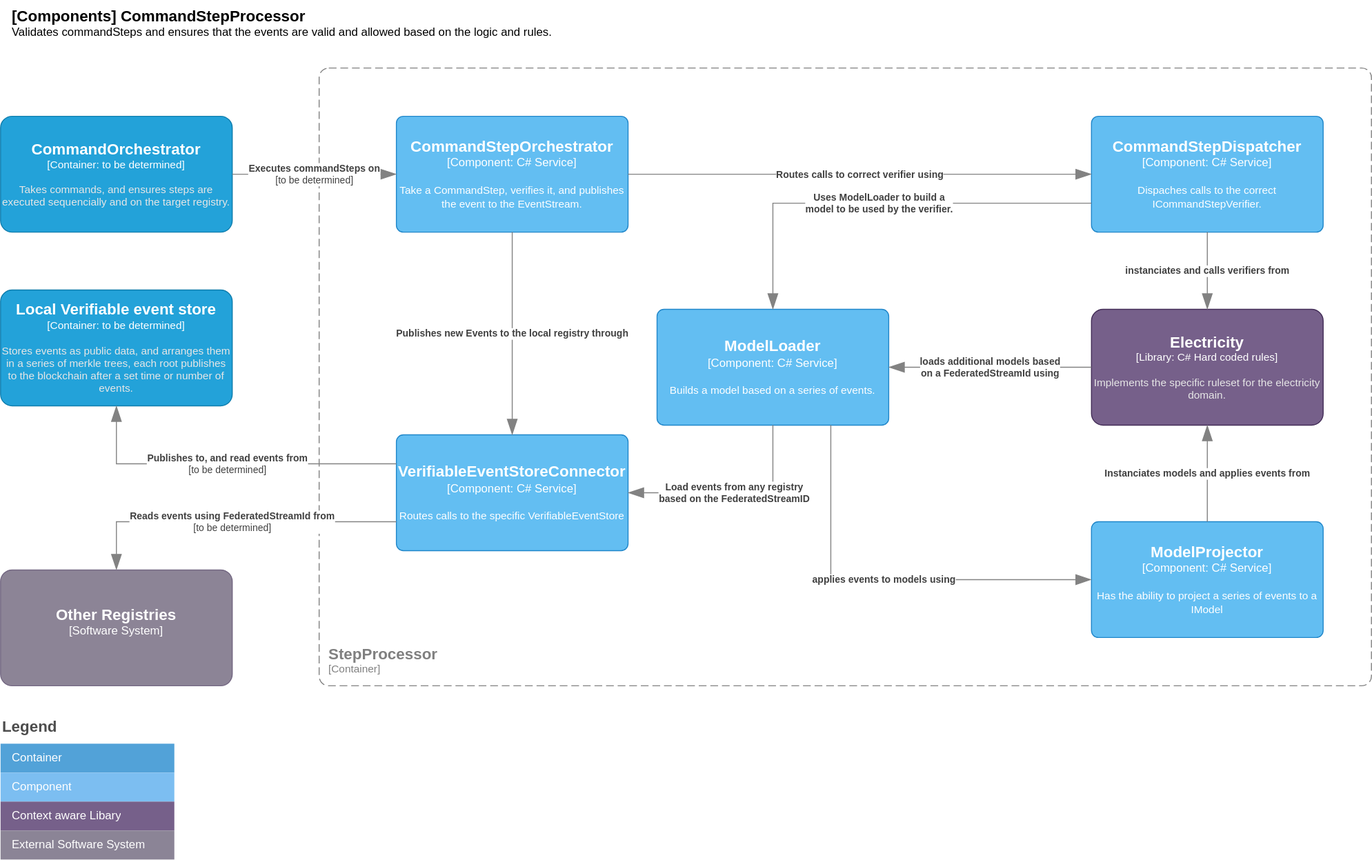
The draw.io diagram doc/architecture/step_processor/component.drawio.svg in project-origin/registry, before a commit. Source tidied: cells renumbered, new cells last; positions are measured from the earlier drawing's top-left corner, leaving out a move shared by most shapes.
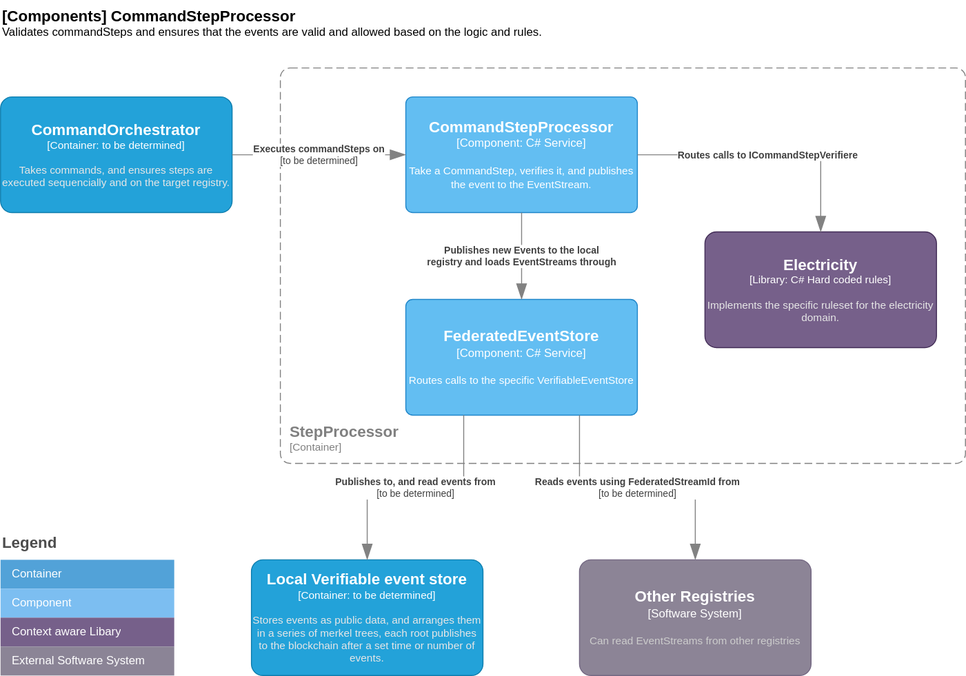
After the change.

Change to the diagram source:
```diff
@@ -6,3 +6,3 @@
       <mxCell style="rounded=1;fontSize=11;whiteSpace=wrap;html=1;dashed=1;arcSize=20;fillColor=none;strokeColor=#808080;fontColor=#808080;labelBackgroundColor=none;align=left;verticalAlign=bottom;labelBorderColor=none;spacingTop=0;spacing=10;dashPattern=8 4;perimeter=rectanglePerimeter;labelPadding=0;absoluteArcSize=1;" parent="1" vertex="1">
-        <mxGeometry x="330" y="70" width="1090" height="640" as="geometry" />
+        <mxGeometry x="280" y="90" width="710" height="410" as="geometry" />
       </mxCell>
@@ -11,16 +11,6 @@
       <mxCell style="rounded=1;whiteSpace=wrap;html=1;fontSize=11;labelBackgroundColor=none;fillColor=#23A2D9;fontColor=#ffffff;align=center;arcSize=10;strokeColor=#0E7DAD;points=[[0.25,0,0],[0.5,0,0],[0.75,0,0],[1,0.25,0],[1,0.5,0],[1,0.75,0],[0.75,1,0],[0.5,1,0],[0.25,1,0],[0,0.75,0],[0,0.5,0],[0,0.25,0]];" parent="1" vertex="1">
-        <mxGeometry y="300" width="240" height="120" as="geometry" />
+        <mxGeometry x="250" y="600" width="240" height="120" as="geometry" />
       </mxCell>
     </object>
-    <object id="4" label="&lt;font style=&quot;font-size: 16px&quot;&gt;&lt;b&gt;%c4Name%&lt;/b&gt;&lt;/font&gt;&lt;div&gt;[%c4Type%: %c4Technology%]&lt;/div&gt;&lt;br&gt;&lt;div&gt;&lt;font style=&quot;font-size: 11px&quot;&gt;%c4Description%&lt;/font&gt;&lt;/div&gt;" c4Description="Dispaches calls to the correct ICommandStepVerifier." c4Name="CommandStepDispatcher" c4Technology="C# Service" c4Type="Component" placeholders="1">
-      <mxCell style="rounded=1;whiteSpace=wrap;html=1;labelBackgroundColor=none;fillColor=#63BEF2;fontColor=#ffffff;align=center;arcSize=6;strokeColor=#2086C9;points=[[0.25,0,0],[0.5,0,0],[0.75,0,0],[1,0.25,0],[1,0.5,0],[1,0.75,0],[0.75,1,0],[0.5,1,0],[0.25,1,0],[0,0.75,0],[0,0.5,0],[0,0.25,0]];" parent="1" vertex="1">
-        <mxGeometry x="1130" y="120" width="240" height="120" as="geometry" />
-      </mxCell>
-    </object>
-    <object id="5" label="&lt;font style=&quot;font-size: 16px&quot;&gt;&lt;b&gt;%c4Name%&lt;/b&gt;&lt;/font&gt;&lt;div&gt;[%c4Type%: %c4Technology%]&lt;/div&gt;&lt;br&gt;&lt;div&gt;&lt;font style=&quot;font-size: 11px&quot;&gt;%c4Description%&lt;/font&gt;&lt;/div&gt;" c4Description="Builds a model based on a series of events." c4Name="ModelLoader" c4Technology="C# Service" c4Type="Component" placeholders="1">
-      <mxCell style="rounded=1;whiteSpace=wrap;html=1;labelBackgroundColor=none;fillColor=#63BEF2;fontColor=#ffffff;align=center;arcSize=6;strokeColor=#2086C9;points=[[0.25,0,0],[0.5,0,0],[0.75,0,0],[1,0.25,0],[1,0.5,0],[1,0.75,0],[0.75,1,0],[0.5,1,0],[0.25,1,0],[0,0.75,0],[0,0.5,0],[0,0.25,0]];" parent="1" vertex="1">
-        <mxGeometry x="680" y="320" width="240" height="120" as="geometry" />
-      </mxCell>
-    </object>
-    <object id="6" label="&lt;font style=&quot;font-size: 16px&quot;&gt;&lt;b&gt;%c4Name%&lt;/b&gt;&lt;/font&gt;&lt;div&gt;[%c4Type%: %c4Technology%]&lt;/div&gt;&lt;br&gt;&lt;div&gt;&lt;font style=&quot;font-size: 11px&quot;&gt;%c4Description%&lt;/font&gt;&lt;/div&gt;" c4Description="Take a CommandStep, verifies it, and publishes the event to the EventStream." c4Name="CommandStepOrchestrator" c4Technology="C# Service" c4Type="Component" placeholders="1">
+    <object id="6" label="&lt;font style=&quot;font-size: 16px&quot;&gt;&lt;b&gt;%c4Name%&lt;/b&gt;&lt;/font&gt;&lt;div&gt;[%c4Type%: %c4Technology%]&lt;/div&gt;&lt;br&gt;&lt;div&gt;&lt;font style=&quot;font-size: 11px&quot;&gt;%c4Description%&lt;/font&gt;&lt;/div&gt;" c4Description="Take a CommandStep, verifies it, and publishes the event to the EventStream." c4Name="CommandStepProcessor" c4Technology="C# Service" c4Type="Component" placeholders="1">
       <mxCell style="rounded=1;whiteSpace=wrap;html=1;labelBackgroundColor=none;fillColor=#63BEF2;fontColor=#ffffff;align=center;arcSize=6;strokeColor=#2086C9;points=[[0.25,0,0],[0.5,0,0],[0.75,0,0],[1,0.25,0],[1,0.5,0],[1,0.75,0],[0.75,1,0],[0.5,1,0],[0.25,1,0],[0,0.75,0],[0,0.5,0],[0,0.25,0]];" parent="1" vertex="1">
@@ -31,13 +21,8 @@
       <mxCell style="text;html=1;strokeColor=none;fillColor=none;align=left;verticalAlign=top;whiteSpace=wrap;rounded=0;" parent="1" vertex="1">
-        <mxGeometry x="10" width="640" height="50" as="geometry" />
+        <mxGeometry x="-10" y="20" width="640" height="50" as="geometry" />
       </mxCell>
     </object>
-    <object id="8" label="&lt;font style=&quot;font-size: 16px&quot;&gt;&lt;b&gt;%c4Name%&lt;/b&gt;&lt;/font&gt;&lt;div&gt;[%c4Type%: %c4Technology%]&lt;/div&gt;&lt;br&gt;&lt;div&gt;&lt;font style=&quot;font-size: 11px&quot;&gt;%c4Description%&lt;/font&gt;&lt;/div&gt;" c4Description="Has the ability to project a series of events to a IModel" c4Name="ModelProjector" c4Technology="C# Service" c4Type="Component" placeholders="1">
-      <mxCell style="rounded=1;whiteSpace=wrap;html=1;labelBackgroundColor=none;fillColor=#63BEF2;fontColor=#ffffff;align=center;arcSize=6;strokeColor=#2086C9;points=[[0.25,0,0],[0.5,0,0],[0.75,0,0],[1,0.25,0],[1,0.5,0],[1,0.75,0],[0.75,1,0],[0.5,1,0],[0.25,1,0],[0,0.75,0],[0,0.5,0],[0,0.25,0]];" parent="1" vertex="1">
-        <mxGeometry x="1130" y="540" width="240" height="120" as="geometry" />
-      </mxCell>
-    </object>
     <object id="9" label="&lt;font style=&quot;font-size: 16px&quot;&gt;&lt;b&gt;%c4Name%&lt;/b&gt;&lt;/font&gt;&lt;div&gt;[%c4Type%: %c4Technology%]&lt;/div&gt;&lt;br&gt;&lt;div&gt;&lt;font style=&quot;font-size: 11px&quot;&gt;&lt;font color=&quot;#E6E6E6&quot;&gt;%c4Description%&lt;/font&gt;&lt;/div&gt;" c4Description="Implements the specific ruleset for the electricity domain." c4Name="Electricity" c4Technology="C# Hard coded rules" c4Type="Library" placeholders="1">
       <mxCell style="rounded=1;whiteSpace=wrap;html=1;fontSize=11;labelBackgroundColor=none;fillColor=#76608a;align=center;arcSize=10;strokeColor=#432D57;points=[[0.25,0,0],[0.5,0,0],[0.75,0,0],[1,0.25,0],[1,0.5,0],[1,0.75,0],[0.75,1,0],[0.5,1,0],[0.25,1,0],[0,0.75,0],[0,0.5,0],[0,0.25,0]];fontColor=#ffffff;" parent="1" vertex="1">
-        <mxGeometry x="1130" y="320" width="240" height="120" as="geometry" />
+        <mxGeometry x="720" y="260" width="240" height="120" as="geometry" />
       </mxCell>
@@ -46,3 +31,3 @@
       <mxCell style="rounded=1;whiteSpace=wrap;html=1;fontSize=11;labelBackgroundColor=none;fillColor=#23A2D9;fontColor=#ffffff;align=center;arcSize=10;strokeColor=#0E7DAD;points=[[0.25,0,0],[0.5,0,0],[0.75,0,0],[1,0.25,0],[1,0.5,0],[1,0.75,0],[0.75,1,0],[0.5,1,0],[0.25,1,0],[0,0.75,0],[0,0.5,0],[0,0.25,0]];" parent="1" vertex="1">
-        <mxGeometry y="120" width="240" height="120" as="geometry" />
+        <mxGeometry x="-10" y="120" width="240" height="120" as="geometry" />
       </mxCell>
@@ -50,6 +35,6 @@
     <mxCell id="11" value="Legend" style="align=left;fontSize=16;fontStyle=1;strokeColor=none;fillColor=none;fontColor=#4D4D4D;spacingTop=-8;" parent="1" vertex="1">
-      <mxGeometry y="740" width="180" height="30" as="geometry" />
+      <mxGeometry x="-10" y="570" width="180" height="30" as="geometry" />
     </mxCell>
     <mxCell id="12" style="shape=table;html=1;whiteSpace=wrap;startSize=0;fillColor=none;align=left;spacingLeft=10;strokeColor=none;rounded=1;arcSize=11;fontColor=#FFFFFF;" parent="1" vertex="1">
-      <mxGeometry y="770" width="180" height="120" as="geometry" />
+      <mxGeometry x="-10" y="600" width="180" height="120" as="geometry" />
     </mxCell>
@@ -67,10 +52,10 @@
     </mxCell>
-    <object id="17" label="&lt;font style=&quot;font-size: 16px&quot;&gt;&lt;b&gt;%c4Name%&lt;/b&gt;&lt;/font&gt;&lt;div&gt;[%c4Type%: %c4Technology%]&lt;/div&gt;&lt;br&gt;&lt;div&gt;&lt;font style=&quot;font-size: 11px&quot;&gt;%c4Description%&lt;/font&gt;&lt;/div&gt;" c4Description="Routes calls to the specific VerifiableEventStore" c4Name="VerifiableEventStoreConnector" c4Technology="C# Service" c4Type="Component" placeholders="1">
+    <object id="17" label="&lt;font style=&quot;font-size: 16px&quot;&gt;&lt;b&gt;%c4Name%&lt;/b&gt;&lt;/font&gt;&lt;div&gt;[%c4Type%: %c4Technology%]&lt;/div&gt;&lt;br&gt;&lt;div&gt;&lt;font style=&quot;font-size: 11px&quot;&gt;%c4Description%&lt;/font&gt;&lt;/div&gt;" c4Description="Routes calls to the specific VerifiableEventStore" c4Name="FederatedEventStore" c4Technology="C# Service" c4Type="Component" placeholders="1">
       <mxCell style="rounded=1;whiteSpace=wrap;html=1;labelBackgroundColor=none;fillColor=#63BEF2;fontColor=#ffffff;align=center;arcSize=6;strokeColor=#2086C9;points=[[0.25,0,0],[0.5,0,0],[0.75,0,0],[1,0.25,0],[1,0.5,0],[1,0.75,0],[0.75,1,0],[0.5,1,0],[0.25,1,0],[0,0.75,0],[0,0.5,0],[0,0.25,0]];" parent="1" vertex="1">
-        <mxGeometry x="410" y="450" width="240" height="120" as="geometry" />
+        <mxGeometry x="410" y="330" width="240" height="120" as="geometry" />
       </mxCell>
     </object>
-    <object id="18" label="&lt;font style=&quot;font-size: 16px&quot;&gt;&lt;b&gt;%c4Name%&lt;/b&gt;&lt;/font&gt;&lt;div&gt;[%c4Type%]&lt;/div&gt;&lt;br&gt;&lt;div&gt;&lt;font style=&quot;font-size: 11px&quot;&gt;&lt;font color=&quot;#cccccc&quot;&gt;%c4Description%&lt;/font&gt;&lt;/div&gt;" c4Description="" c4Name="Other Registries" c4Type="Software System" placeholders="1">
+    <object id="18" label="&lt;font style=&quot;font-size: 16px&quot;&gt;&lt;b&gt;%c4Name%&lt;/b&gt;&lt;/font&gt;&lt;div&gt;[%c4Type%]&lt;/div&gt;&lt;br&gt;&lt;div&gt;&lt;font style=&quot;font-size: 11px&quot;&gt;&lt;font color=&quot;#cccccc&quot;&gt;%c4Description%&lt;/font&gt;&lt;/div&gt;" c4Description="Can read EventStreams from other registries" c4Name="Other Registries" c4Type="Software System" placeholders="1">
       <mxCell style="rounded=1;whiteSpace=wrap;html=1;labelBackgroundColor=none;fillColor=#8C8496;fontColor=#ffffff;align=center;arcSize=10;strokeColor=#736782;points=[[0.25,0,0],[0.5,0,0],[0.75,0,0],[1,0.25,0],[1,0.5,0],[1,0.75,0],[0.75,1,0],[0.5,1,0],[0.25,1,0],[0,0.75,0],[0,0.5,0],[0,0.25,0]];" parent="1" vertex="1">
-        <mxGeometry y="590" width="240" height="120" as="geometry" />
+        <mxGeometry x="590" y="600" width="240" height="120" as="geometry" />
       </mxCell>
@@ -78,3 +63,3 @@
     <object id="19" label="&lt;div style=&quot;text-align: left&quot;&gt;&lt;div style=&quot;text-align: center&quot;&gt;&lt;b&gt;%c4Description%&lt;/b&gt;&lt;/div&gt;&lt;div style=&quot;text-align: center&quot;&gt;[%c4Technology%]&lt;/div&gt;&lt;/div&gt;" c4Description="Publishes to, and read events from" c4Technology="to be determined" c4Type="Relationship" placeholders="1">
-      <mxCell style="endArrow=blockThin;html=1;fontSize=10;fontColor=#404040;strokeWidth=1;endFill=1;strokeColor=#828282;elbow=vertical;endSize=14;startSize=14;jumpStyle=arc;jumpSize=16;rounded=0;edgeStyle=orthogonalEdgeStyle;entryX=0.5;entryY=1;entryDx=0;entryDy=0;entryPerimeter=0;exitX=0;exitY=0.25;exitDx=0;exitDy=0;exitPerimeter=0;" parent="1" edge="1" source="17" target="3">
+      <mxCell style="endArrow=blockThin;html=1;fontSize=10;fontColor=#404040;strokeWidth=1;endFill=1;strokeColor=#828282;elbow=vertical;endSize=14;startSize=14;jumpStyle=arc;jumpSize=16;rounded=0;edgeStyle=orthogonalEdgeStyle;exitX=0.25;exitY=1;exitDx=0;exitDy=0;exitPerimeter=0;" parent="1" edge="1" source="17" target="3">
         <mxGeometry relative="1" as="geometry" />
@@ -83,3 +68,3 @@
     <object id="20" label="&lt;div style=&quot;text-align: left&quot;&gt;&lt;div style=&quot;text-align: center&quot;&gt;&lt;b&gt;%c4Description%&lt;/b&gt;&lt;/div&gt;&lt;div style=&quot;text-align: center&quot;&gt;[%c4Technology%]&lt;/div&gt;&lt;/div&gt;" c4Description="Reads events using FederatedStreamId from" c4Technology="to be determined" c4Type="Relationship" placeholders="1">
-      <mxCell style="endArrow=blockThin;html=1;fontSize=10;fontColor=#404040;strokeWidth=1;endFill=1;strokeColor=#828282;elbow=vertical;endSize=14;startSize=14;jumpStyle=arc;jumpSize=16;rounded=0;edgeStyle=orthogonalEdgeStyle;entryX=0.5;entryY=0;entryDx=0;entryDy=0;entryPerimeter=0;exitX=0;exitY=0.75;exitDx=0;exitDy=0;exitPerimeter=0;" parent="1" edge="1" source="17" target="18">
+      <mxCell style="endArrow=blockThin;html=1;fontSize=10;fontColor=#404040;strokeWidth=1;endFill=1;strokeColor=#828282;elbow=vertical;endSize=14;startSize=14;jumpStyle=arc;jumpSize=16;rounded=0;edgeStyle=orthogonalEdgeStyle;exitX=0.75;exitY=1;exitDx=0;exitDy=0;exitPerimeter=0;" parent="1" edge="1" source="17" target="18">
         <mxGeometry relative="1" as="geometry" />
@@ -87,12 +72,9 @@
     </object>
-    <object id="21" label="&lt;div style=&quot;text-align: left&quot;&gt;&lt;div style=&quot;text-align: center&quot;&gt;&lt;b&gt;%c4Description%&lt;/b&gt;&lt;/div&gt;" c4Description="Publishes new Events to the local registry through" c4Type="Relationship" placeholders="1">
-      <mxCell style="endArrow=blockThin;html=1;fontSize=10;fontColor=#404040;strokeWidth=1;endFill=1;strokeColor=#828282;elbow=vertical;endSize=14;startSize=14;jumpStyle=arc;jumpSize=16;rounded=0;edgeStyle=orthogonalEdgeStyle;entryX=0.5;entryY=0;entryDx=0;entryDy=0;entryPerimeter=0;exitX=0.5;exitY=1;exitDx=0;exitDy=0;exitPerimeter=0;" parent="1" edge="1" source="6" target="17">
-        <mxGeometry relative="1" as="geometry" />
+    <object id="21" label="&lt;div style=&quot;text-align: left&quot;&gt;&lt;div style=&quot;text-align: center&quot;&gt;&lt;b&gt;%c4Description%&lt;/b&gt;&lt;/div&gt;" c4Description="Publishes new Events to the local &#10;registry and loads EventStreams through" c4Type="Relationship" placeholders="1">
+      <mxCell style="endArrow=blockThin;html=1;fontSize=10;fontColor=#404040;strokeWidth=1;endFill=1;strokeColor=#828282;elbow=vertical;endSize=14;startSize=14;jumpStyle=arc;jumpSize=16;rounded=0;edgeStyle=orthogonalEdgeStyle;entryX=0.5;entryY=0;entryDx=0;entryDy=0;entryPerimeter=0;" parent="1" edge="1" target="17">
+        <mxGeometry relative="1" as="geometry">
+          <mxPoint x="530" y="240" as="sourcePoint" />
+        </mxGeometry>
       </mxCell>
     </object>
-    <object id="22" label="&lt;div style=&quot;text-align: left&quot;&gt;&lt;div style=&quot;text-align: center&quot;&gt;&lt;b&gt;%c4Description%&lt;/b&gt;&lt;/div&gt;" c4Description="Load events from any registry&#10;based on the FederatedStreamID" c4Type="Relationship" placeholders="1">
-      <mxCell style="endArrow=blockThin;html=1;fontSize=10;fontColor=#404040;strokeWidth=1;endFill=1;strokeColor=#828282;elbow=vertical;endSize=14;startSize=14;jumpStyle=arc;jumpSize=16;rounded=0;edgeStyle=orthogonalEdgeStyle;entryX=1;entryY=0.5;entryDx=0;entryDy=0;entryPerimeter=0;exitX=0.5;exitY=1;exitDx=0;exitDy=0;exitPerimeter=0;" parent="1" edge="1" source="5" target="17">
-        <mxGeometry relative="1" as="geometry" />
-      </mxCell>
-    </object>
     <object id="23" label="&lt;div style=&quot;text-align: left&quot;&gt;&lt;div style=&quot;text-align: center&quot;&gt;&lt;b&gt;%c4Description%&lt;/b&gt;&lt;/div&gt;&lt;div style=&quot;text-align: center&quot;&gt;[%c4Technology%]&lt;/div&gt;&lt;/div&gt;" c4Description="Executes commandSteps on" c4Technology="to be determined" c4Type="Relationship" placeholders="1">
@@ -102,4 +84,4 @@
     </object>
-    <object id="24" label="&lt;div style=&quot;text-align: left&quot;&gt;&lt;div style=&quot;text-align: center&quot;&gt;&lt;b&gt;%c4Description%&lt;/b&gt;&lt;/div&gt;" c4Description="Routes calls to correct verifier using" c4Type="Relationship" placeholders="1">
-      <mxCell style="endArrow=blockThin;html=1;fontSize=10;fontColor=#404040;strokeWidth=1;endFill=1;strokeColor=#828282;elbow=vertical;endSize=14;startSize=14;jumpStyle=arc;jumpSize=16;rounded=0;edgeStyle=orthogonalEdgeStyle;entryX=0;entryY=0.5;entryDx=0;entryDy=0;entryPerimeter=0;exitX=1;exitY=0.5;exitDx=0;exitDy=0;exitPerimeter=0;" parent="1" edge="1" source="6" target="4">
+    <object id="24" label="&lt;div style=&quot;text-align: left&quot;&gt;&lt;div style=&quot;text-align: center&quot;&gt;&lt;b&gt;%c4Description%&lt;/b&gt;&lt;/div&gt;" c4Description="Routes calls to ICommandStepVerifiere" c4Type="Relationship" placeholders="1">
+      <mxCell style="endArrow=blockThin;html=1;fontSize=10;fontColor=#404040;strokeWidth=1;endFill=1;strokeColor=#828282;elbow=vertical;endSize=14;startSize=14;jumpStyle=arc;jumpSize=16;rounded=0;edgeStyle=orthogonalEdgeStyle;entryX=0.5;entryY=0;entryDx=0;entryDy=0;entryPerimeter=0;exitX=1;exitY=0.5;exitDx=0;exitDy=0;exitPerimeter=0;" parent="1" edge="1" source="6" target="9">
         <mxGeometry relative="1" as="geometry" />
@@ -107,27 +89,2 @@
     </object>
-    <object id="25" label="&lt;div style=&quot;text-align: left&quot;&gt;&lt;div style=&quot;text-align: center&quot;&gt;&lt;b&gt;%c4Description%&lt;/b&gt;&lt;/div&gt;" c4Description="Uses ModelLoader to build a&#10;model to be used by the verifier." c4Type="Relationship" placeholders="1">
-      <mxCell style="endArrow=blockThin;html=1;fontSize=10;fontColor=#404040;strokeWidth=1;endFill=1;strokeColor=#828282;elbow=vertical;endSize=14;startSize=14;jumpStyle=arc;jumpSize=16;rounded=0;edgeStyle=orthogonalEdgeStyle;entryX=0.5;entryY=0;entryDx=0;entryDy=0;entryPerimeter=0;exitX=0;exitY=0.75;exitDx=0;exitDy=0;exitPerimeter=0;" parent="1" edge="1" source="4" target="5">
-        <mxGeometry relative="1" as="geometry" />
-      </mxCell>
-    </object>
-    <object id="26" label="&lt;div style=&quot;text-align: left&quot;&gt;&lt;div style=&quot;text-align: center&quot;&gt;&lt;b&gt;%c4Description%&lt;/b&gt;&lt;/div&gt;" c4Description="instanciates and calls verifiers from" c4Type="Relationship" placeholders="1">
-      <mxCell style="endArrow=blockThin;html=1;fontSize=10;fontColor=#404040;strokeWidth=1;endFill=1;strokeColor=#828282;elbow=vertical;endSize=14;startSize=14;jumpStyle=arc;jumpSize=16;rounded=0;edgeStyle=orthogonalEdgeStyle;entryX=0.5;entryY=0;entryDx=0;entryDy=0;entryPerimeter=0;exitX=0.5;exitY=1;exitDx=0;exitDy=0;exitPerimeter=0;" parent="1" edge="1" source="4" target="9">
-        <mxGeometry relative="1" as="geometry" />
-      </mxCell>
-    </object>
-    <object id="27" label="&lt;div style=&quot;text-align: left&quot;&gt;&lt;div style=&quot;text-align: center&quot;&gt;&lt;b&gt;%c4Description%&lt;/b&gt;&lt;/div&gt;" c4Description="Instanciates models and applies events from " c4Type="Relationship" placeholders="1">
-      <mxCell style="endArrow=blockThin;html=1;fontSize=10;fontColor=#404040;strokeWidth=1;endFill=1;strokeColor=#828282;elbow=vertical;endSize=14;startSize=14;jumpStyle=arc;jumpSize=16;rounded=0;edgeStyle=orthogonalEdgeStyle;entryX=0.5;entryY=1;entryDx=0;entryDy=0;entryPerimeter=0;exitX=0.5;exitY=0;exitDx=0;exitDy=0;exitPerimeter=0;" parent="1" edge="1" source="8" target="9">
-        <mxGeometry relative="1" as="geometry" />
-      </mxCell>
-    </object>
-    <object id="28" label="&lt;div style=&quot;text-align: left&quot;&gt;&lt;div style=&quot;text-align: center&quot;&gt;&lt;b&gt;%c4Description%&lt;/b&gt;&lt;/div&gt;" c4Description="applies events to models using" c4Type="Relationship" placeholders="1">
-      <mxCell style="endArrow=blockThin;html=1;fontSize=10;fontColor=#404040;strokeWidth=1;endFill=1;strokeColor=#828282;elbow=vertical;endSize=14;startSize=14;jumpStyle=arc;jumpSize=16;rounded=0;edgeStyle=orthogonalEdgeStyle;exitX=0.75;exitY=1;exitDx=0;exitDy=0;exitPerimeter=0;entryX=0;entryY=0.5;entryDx=0;entryDy=0;entryPerimeter=0;" parent="1" edge="1" source="5" target="8">
-        <mxGeometry relative="1" as="geometry" />
-      </mxCell>
-    </object>
-    <object id="29" label="&lt;div style=&quot;text-align: left&quot;&gt;&lt;div style=&quot;text-align: center&quot;&gt;&lt;b&gt;%c4Description%&lt;/b&gt;&lt;/div&gt;" c4Description="loads additional models based &#10;on a FederatedStreamId using" c4Type="Relationship" placeholders="1">
-      <mxCell style="endArrow=blockThin;html=1;fontSize=10;fontColor=#404040;strokeWidth=1;endFill=1;strokeColor=#828282;elbow=vertical;endSize=14;startSize=14;jumpStyle=arc;jumpSize=16;rounded=0;edgeStyle=orthogonalEdgeStyle;entryX=1;entryY=0.5;entryDx=0;entryDy=0;entryPerimeter=0;exitX=0;exitY=0.5;exitDx=0;exitDy=0;exitPerimeter=0;" parent="1" edge="1" source="9" target="5">
-        <mxGeometry relative="1" as="geometry" />
-      </mxCell>
-    </object>
   </root>
```
